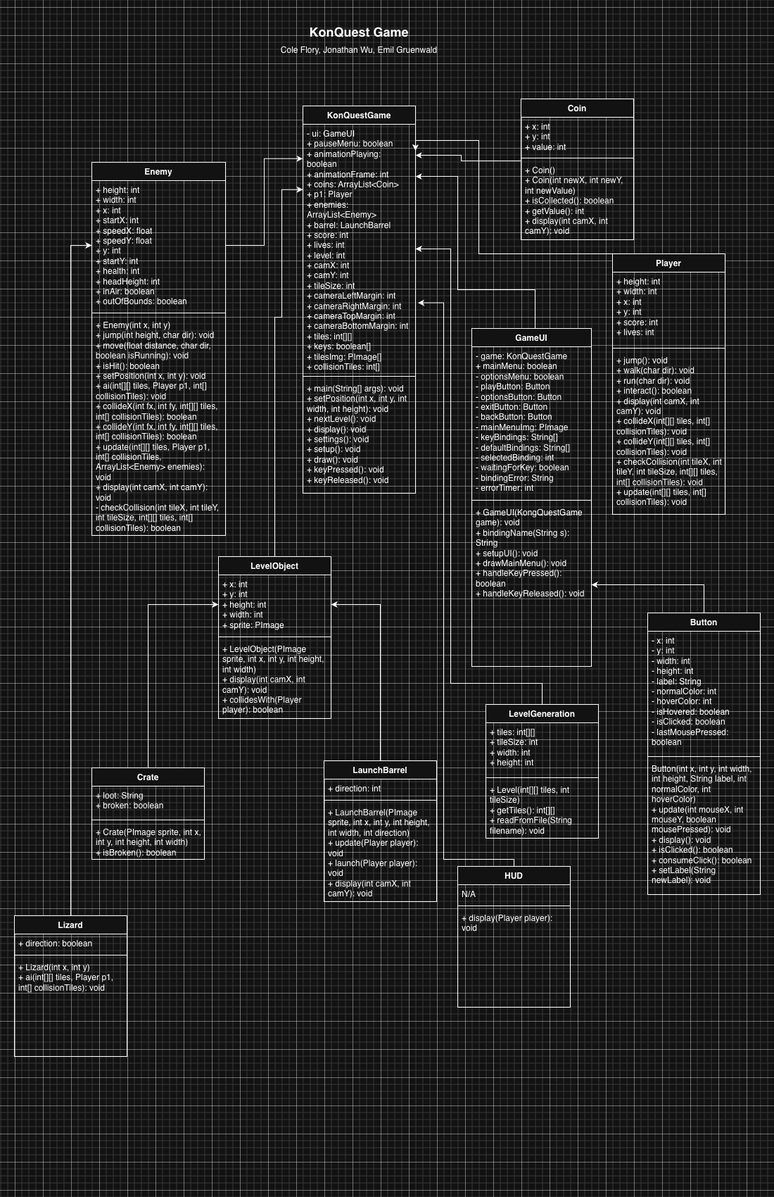
This is resources/UML.png from CFlory-Programming/AdvProgrammingGroupProject, a draw.io export, as it was before one commit. Source tidied: cells renumbered, new cells last; positions are measured from the earlier drawing's top-left corner, leaving out a move shared by most shapes.
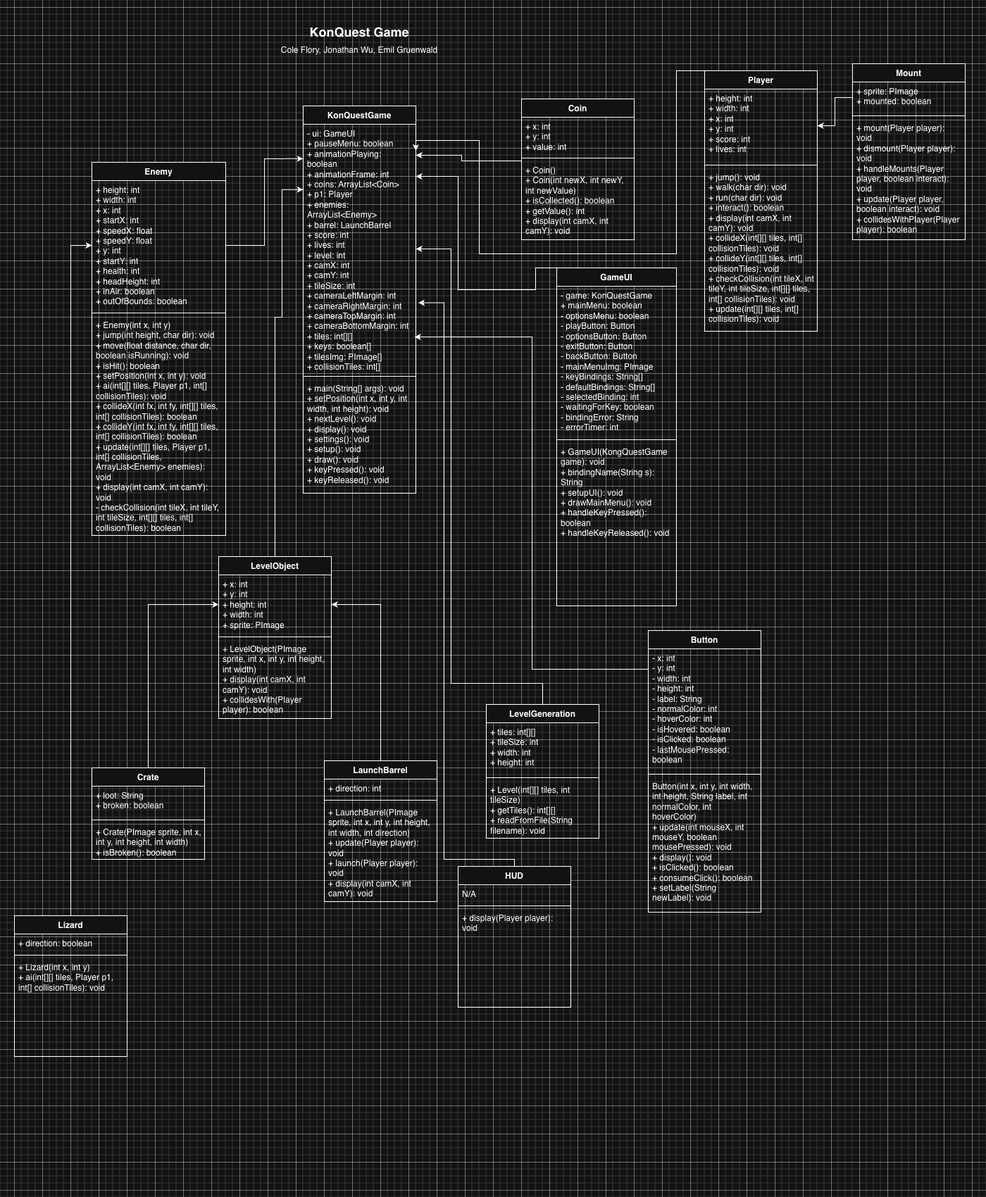
Later version of the same file.

What changed in the source:
```diff
@@ -3,7 +3,7 @@
     <mxCell id="0" />
     <mxCell id="1" parent="0" />
     <mxCell id="2" value="Player" style="swimlane;fontStyle=1;align=center;verticalAlign=top;horizontal=1;startSize=26;whiteSpace=wrap;html=1;" parent="1" vertex="1">
-      <mxGeometry x="850" y="330" width="160" height="370" as="geometry" />
+      <mxGeometry x="980" y="70" width="160" height="370" as="geometry" />
     </mxCell>
     <mxCell id="3" value="+ height: int&lt;div&gt;+ width: int&lt;/div&gt;&lt;div&gt;+ x: int&lt;/div&gt;&lt;div&gt;+ y: int&lt;/div&gt;&lt;div&gt;+ score: int&lt;/div&gt;&lt;div&gt;+ lives: int&lt;/div&gt;" style="text;strokeColor=none;fillColor=none;align=left;verticalAlign=top;spacingLeft=4;spacingRight=4;overflow=hidden;points=[[0,0.5],[1,0.5]];portConstraint=eastwest;whiteSpace=wrap;html=1;" parent="2" vertex="1">
       <mxGeometry y="26" width="160" height="104" as="geometry" />
@@ -115,8 +115,11 @@
     <mxCell id="35" style="edgeStyle=orthogonalEdgeStyle;rounded=0;jettySize=auto;html=1;exitX=0.5;exitY=0;exitDx=0;exitDy=0;entryX=1;entryY=0.106;entryDx=0;entryDy=0;entryPerimeter=0;" parent="1" edge="1" source="2" target="29">
       <mxGeometry relative="1" as="geometry">
         <Array as="points">
+          <mxPoint x="940" y="70" />
+          <mxPoint x="940" y="330" />
           <mxPoint x="660" y="330" />
           <mxPoint x="660" y="169" />
+          <mxPoint x="570" y="169" />
         </Array>
       </mxGeometry>
     </mxCell>
@@ -127,7 +130,7 @@
       <mxGeometry relative="1" as="geometry" />
     </mxCell>
     <mxCell id="38" value="GameUI" style="swimlane;fontStyle=1;align=center;verticalAlign=top;horizontal=1;startSize=26;whiteSpace=wrap;html=1;" parent="1" vertex="1">
-      <mxGeometry x="650" y="436" width="170" height="480" as="geometry" />
+      <mxGeometry x="770" y="350" width="170" height="480" as="geometry" />
     </mxCell>
     <mxCell id="39" value="&lt;div&gt;- game: KonQuestGame&lt;/div&gt;&lt;div&gt;+ mainMenu: boolean&lt;/div&gt;&lt;div&gt;- optionsMenu: boolean&lt;/div&gt;&lt;div&gt;- playButton: Button&lt;/div&gt;&lt;div&gt;- optionsButton: Button&lt;/div&gt;&lt;div&gt;- exitButton: Button&lt;/div&gt;&lt;div&gt;- backButton: Button&lt;/div&gt;&lt;div&gt;- mainMenuImg: PImage&lt;/div&gt;&lt;div&gt;- keyBindings: String[]&lt;/div&gt;&lt;div&gt;- defaultBindings: String[]&lt;/div&gt;&lt;div&gt;- selectedBinding: int&lt;/div&gt;&lt;div&gt;- waitingForKey: boolean&lt;/div&gt;&lt;div&gt;- bindingError: String&lt;/div&gt;&lt;div&gt;- errorTimer: int&lt;/div&gt;" style="text;strokeColor=none;fillColor=none;align=left;verticalAlign=top;spacingLeft=4;spacingRight=4;overflow=hidden;whiteSpace=wrap;html=1;" parent="38" vertex="1">
       <mxGeometry y="26" width="170" height="214" as="geometry" />
@@ -148,7 +151,7 @@
       </mxGeometry>
     </mxCell>
     <mxCell id="43" value="Button" style="swimlane;fontStyle=1;align=center;verticalAlign=top;horizontal=1;startSize=26;whiteSpace=wrap;html=1;" parent="1" vertex="1">
-      <mxGeometry x="900" y="840" width="160" height="400" as="geometry" />
+      <mxGeometry x="900" y="865" width="160" height="400" as="geometry" />
     </mxCell>
     <mxCell id="44" value="&lt;div&gt;- x: int&lt;/div&gt;&lt;div&gt;- y: int&lt;/div&gt;&lt;div&gt;- width: int&lt;/div&gt;&lt;div&gt;- height: int&lt;/div&gt;&lt;div&gt;- label: String&lt;/div&gt;&lt;div&gt;- normalColor: int&lt;/div&gt;&lt;div&gt;- hoverColor: int&lt;/div&gt;&lt;div&gt;- isHovered: boolean&lt;/div&gt;&lt;div&gt;- isClicked: boolean&lt;/div&gt;&lt;div&gt;- lastMousePressed: boolean&lt;/div&gt;" style="text;strokeColor=none;fillColor=none;align=left;verticalAlign=top;spacingLeft=4;spacingRight=4;overflow=hidden;points=[[0,0.5],[1,0.5]];portConstraint=eastwest;whiteSpace=wrap;html=1;" parent="43" vertex="1">
       <mxGeometry y="26" width="160" height="174" as="geometry" />
@@ -159,13 +162,6 @@
     <mxCell id="46" value="&lt;div&gt;Button(int x, int y, int width, int height, String label, int normalColor, int hoverColor)&lt;/div&gt;&lt;div&gt;+ update(int mouseX, int mouseY, boolean mousePressed): void&lt;/div&gt;&lt;div&gt;+ display(): void&lt;/div&gt;&lt;div&gt;+ isClicked(): boolean&lt;/div&gt;&lt;div&gt;+ consumeClick(): boolean&lt;/div&gt;&lt;div&gt;+ setLabel(String newLabel): void&lt;/div&gt;" style="text;strokeColor=none;fillColor=none;align=left;verticalAlign=top;spacingLeft=4;spacingRight=4;overflow=hidden;whiteSpace=wrap;html=1;" parent="43" vertex="1">
       <mxGeometry y="208" width="160" height="192" as="geometry" />
     </mxCell>
-    <mxCell id="47" style="edgeStyle=orthogonalEdgeStyle;rounded=0;jettySize=auto;html=1;entryX=1;entryY=0.5;entryDx=0;entryDy=0;exitX=0.5;exitY=0;exitDx=0;exitDy=0;" parent="1" edge="1" source="43" target="41">
-      <mxGeometry relative="1" as="geometry">
-        <Array as="points">
-          <mxPoint x="980" y="800" />
-        </Array>
-      </mxGeometry>
-    </mxCell>
     <mxCell id="48" style="edgeStyle=orthogonalEdgeStyle;rounded=0;jettySize=auto;html=1;entryX=1;entryY=0.5;entryDx=0;entryDy=0;" parent="1" edge="1" source="49" target="29">
       <mxGeometry relative="1" as="geometry">
         <Array as="points">
@@ -223,5 +219,29 @@
         </Array>
       </mxGeometry>
     </mxCell>
+    <mxCell id="63" value="Mount" style="swimlane;fontStyle=1;align=center;verticalAlign=top;horizontal=1;startSize=26;whiteSpace=wrap;html=1;" parent="1" vertex="1">
+      <mxGeometry x="1190" y="60" width="160" height="250" as="geometry" />
+    </mxCell>
+    <mxCell id="64" value="+ sprite: PImage&lt;div&gt;+ mounted: boolean&lt;/div&gt;" style="text;strokeColor=none;fillColor=none;align=left;verticalAlign=top;spacingLeft=4;spacingRight=4;overflow=hidden;points=[[0,0.5],[1,0.5]];portConstraint=eastwest;whiteSpace=wrap;html=1;" parent="63" vertex="1">
+      <mxGeometry y="26" width="160" height="44" as="geometry" />
+    </mxCell>
+    <mxCell id="65" style="line;strokeWidth=1;fillColor=none;align=left;verticalAlign=middle;spacingTop=-1;spacingLeft=3;spacingRight=3;labelPosition=right;strokeColor=inherit;" parent="63" vertex="1">
+      <mxGeometry y="70" width="160" height="8" as="geometry" />
+    </mxCell>
+    <mxCell id="66" value="+ mount(Player player): void&lt;div&gt;+ dismount(&lt;span style=&quot;background-color: transparent; color: light-dark(rgb(0, 0, 0), rgb(255, 255, 255));&quot;&gt;Player player&lt;/span&gt;&lt;span style=&quot;background-color: transparent; color: light-dark(rgb(0, 0, 0), rgb(255, 255, 255));&quot;&gt;): void&lt;/span&gt;&lt;/div&gt;&lt;div&gt;+ handleMounts(Player player, boolean interact): void&lt;/div&gt;&lt;div&gt;+ update(Player player, boolean interact): void&lt;/div&gt;&lt;div&gt;+ collidesWithPlayer(Player player): boolean&lt;/div&gt;" style="text;strokeColor=none;fillColor=none;align=left;verticalAlign=top;spacingLeft=4;spacingRight=4;overflow=hidden;whiteSpace=wrap;html=1;" parent="63" vertex="1">
+      <mxGeometry y="78" width="160" height="172" as="geometry" />
+    </mxCell>
+    <mxCell id="67" style="edgeStyle=orthogonalEdgeStyle;rounded=0;jettySize=auto;html=1;exitX=0;exitY=0.5;exitDx=0;exitDy=0;entryX=0.988;entryY=0.853;entryDx=0;entryDy=0;entryPerimeter=0;" parent="1" edge="1" source="44" target="29">
+      <mxGeometry relative="1" as="geometry">
+        <Array as="points">
+          <mxPoint x="900" y="920" />
+          <mxPoint x="735" y="920" />
+          <mxPoint x="735" y="448" />
+        </Array>
+      </mxGeometry>
+    </mxCell>
+    <mxCell id="68" style="edgeStyle=orthogonalEdgeStyle;rounded=0;jettySize=auto;html=1;exitX=0;exitY=0.5;exitDx=0;exitDy=0;entryX=1;entryY=0.5;entryDx=0;entryDy=0;" parent="1" edge="1" source="64" target="3">
+      <mxGeometry relative="1" as="geometry" />
+    </mxCell>
   </root>
 </mxGraphModel>
```
